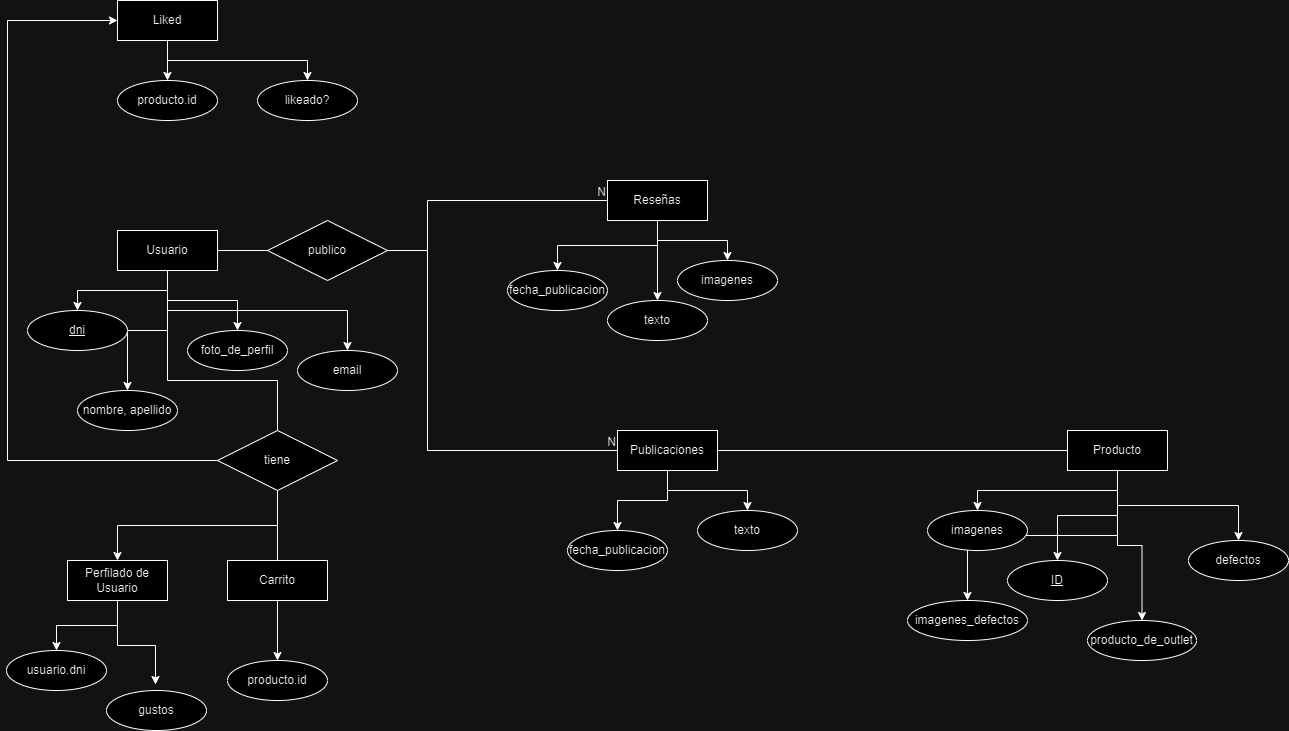
The draw.io diagram Documentacion BackEnd/DER.drawio.png in ATREUSR/Proyecto-2023, before a commit. Source tidied: cells renumbered, new cells last; positions are measured from the earlier drawing's top-left corner, leaving out a move shared by most shapes.
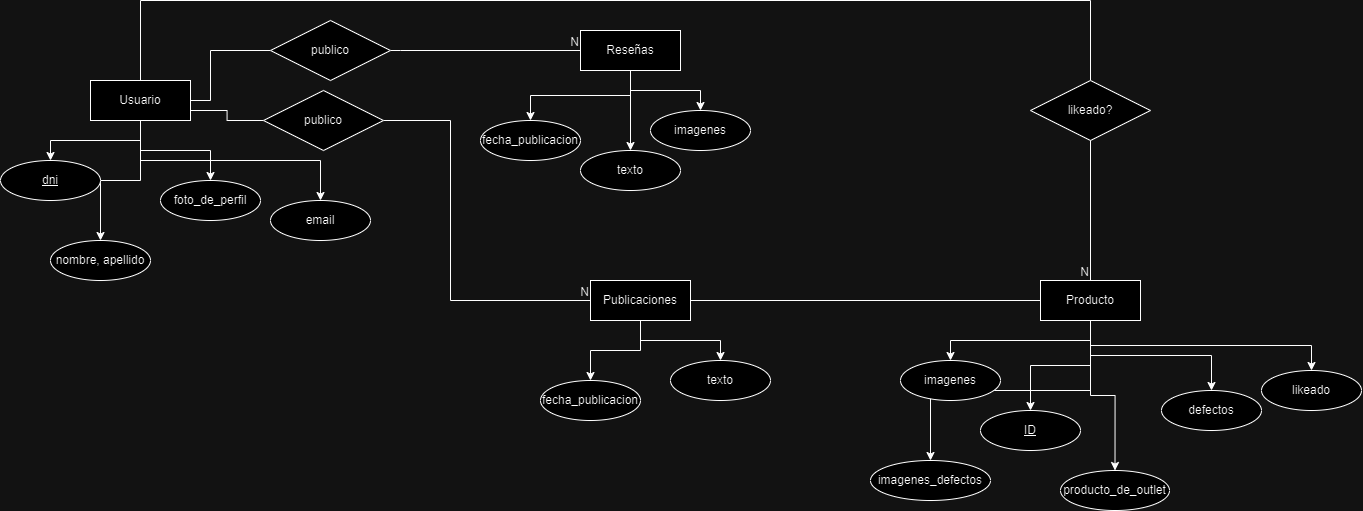
After the commit.

Change to the diagram source:
```diff
@@ -11,17 +11,20 @@
     <mxCell id="4" style="edgeStyle=orthogonalEdgeStyle;rounded=0;jettySize=auto;html=1;exitX=0.5;exitY=1;exitDx=0;exitDy=0;entryX=0.5;entryY=0;entryDx=0;entryDy=0;" parent="1" edge="1" source="7" target="10">
       <mxGeometry relative="1" as="geometry" />
     </mxCell>
-    <mxCell id="5" style="edgeStyle=orthogonalEdgeStyle;rounded=0;jettySize=auto;html=1;exitX=0.5;exitY=1;exitDx=0;exitDy=0;entryX=0.5;entryY=0;entryDx=0;entryDy=0;endArrow=none;endFill=0;" parent="1" edge="1" source="7" target="46">
-      <mxGeometry relative="1" as="geometry">
-        <Array as="points">
-          <mxPoint x="161" y="380" />
-          <mxPoint x="271" y="380" />
-        </Array>
-      </mxGeometry>
-    </mxCell>
     <mxCell id="6" style="edgeStyle=orthogonalEdgeStyle;rounded=0;jettySize=auto;html=1;exitX=0.5;exitY=1;exitDx=0;exitDy=0;entryX=0.5;entryY=0;entryDx=0;entryDy=0;" parent="1" edge="1" source="7" target="53">
       <mxGeometry relative="1" as="geometry" />
     </mxCell>
+    <mxCell id="59" style="edgeStyle=orthogonalEdgeStyle;rounded=0;jettySize=auto;html=1;exitX=1;exitY=0.75;exitDx=0;exitDy=0;entryX=0;entryY=0.5;entryDx=0;entryDy=0;endArrow=none;endFill=0;" parent="1" edge="1" source="7" target="64">
+      <mxGeometry relative="1" as="geometry" />
+    </mxCell>
+    <mxCell id="60" style="edgeStyle=orthogonalEdgeStyle;rounded=0;jettySize=auto;html=1;exitX=0.5;exitY=0;exitDx=0;exitDy=0;entryX=0.5;entryY=0;entryDx=0;entryDy=0;endArrow=none;endFill=0;" parent="1" edge="1" source="7" target="58">
+      <mxGeometry relative="1" as="geometry">
+        <Array as="points">
+          <mxPoint x="161" y="150" />
+          <mxPoint x="1111" y="150" />
+        </Array>
+      </mxGeometry>
+    </mxCell>
     <mxCell id="7" value="Usuario" style="whiteSpace=wrap;html=1;align=center;" parent="1" vertex="1">
       <mxGeometry x="111" y="230" width="100" height="40" as="geometry" />
     </mxCell>
@@ -34,22 +37,17 @@
     <mxCell id="10" value="foto_de_perfil" style="ellipse;whiteSpace=wrap;html=1;align=center;" parent="1" vertex="1">
       <mxGeometry x="181" y="330" width="100" height="40" as="geometry" />
     </mxCell>
-    <mxCell id="11" style="edgeStyle=orthogonalEdgeStyle;rounded=0;jettySize=auto;html=1;exitX=1;exitY=0.5;exitDx=0;exitDy=0;entryX=0;entryY=0.5;entryDx=0;entryDy=0;endArrow=none;endFill=0;" parent="1" edge="1" target="25">
-      <mxGeometry relative="1" as="geometry">
-        <mxPoint x="391" y="250" as="sourcePoint" />
-        <Array as="points">
-          <mxPoint x="421" y="250" />
-          <mxPoint x="421" y="450" />
-        </Array>
-      </mxGeometry>
-    </mxCell>
     <mxCell id="12" style="endArrow=none;html=1;rounded=0;exitX=1;exitY=0.5;exitDx=0;exitDy=0;entryX=0;entryY=0.5;entryDx=0;entryDy=0;" parent="1" edge="1" source="7" target="40">
-      <mxGeometry relative="1" as="geometry" />
+      <mxGeometry relative="1" as="geometry">
+        <Array as="points">
+          <mxPoint x="231" y="250" />
+          <mxPoint x="231" y="200" />
+        </Array>
+      </mxGeometry>
     </mxCell>
     <mxCell id="13" style="endArrow=none;html=1;rounded=0;exitX=1;exitY=0.5;exitDx=0;exitDy=0;entryX=0;entryY=0.5;entryDx=0;entryDy=0;" parent="1" edge="1" source="40" target="18">
       <mxGeometry relative="1" as="geometry">
         <Array as="points">
-          <mxPoint x="421" y="250" />
           <mxPoint x="421" y="200" />
         </Array>
       </mxGeometry>
@@ -111,6 +109,9 @@
     <mxCell id="32" style="edgeStyle=orthogonalEdgeStyle;rounded=0;jettySize=auto;html=1;exitX=0.5;exitY=1;exitDx=0;exitDy=0;entryX=0.5;entryY=0;entryDx=0;entryDy=0;" parent="1" edge="1" source="33" target="39">
       <mxGeometry relative="1" as="geometry" />
     </mxCell>
+    <mxCell id="61" style="edgeStyle=orthogonalEdgeStyle;rounded=0;jettySize=auto;html=1;exitX=0.5;exitY=1;exitDx=0;exitDy=0;entryX=0.5;entryY=0;entryDx=0;entryDy=0;" parent="1" edge="1" source="33" target="62">
+      <mxGeometry relative="1" as="geometry" />
+    </mxCell>
     <mxCell id="33" value="Producto" style="whiteSpace=wrap;html=1;align=center;" parent="1" vertex="1">
       <mxGeometry x="1061" y="430" width="100" height="40" as="geometry" />
     </mxCell>
@@ -130,69 +131,36 @@
       <mxGeometry x="1182" y="540" width="100" height="40" as="geometry" />
     </mxCell>
     <mxCell id="39" value="imagenes_defectos" style="ellipse;whiteSpace=wrap;html=1;align=center;" parent="1" vertex="1">
-      <mxGeometry x="901" y="600" width="120" height="40" as="geometry" />
+      <mxGeometry x="891" y="610" width="120" height="40" as="geometry" />
     </mxCell>
     <mxCell id="40" value="publico" style="shape=rhombus;perimeter=rhombusPerimeter;whiteSpace=wrap;html=1;align=center;" parent="1" vertex="1">
-      <mxGeometry x="261" y="220" width="120" height="60" as="geometry" />
+      <mxGeometry x="291" y="170" width="120" height="60" as="geometry" />
     </mxCell>
-    <mxCell id="41" style="edgeStyle=orthogonalEdgeStyle;rounded=0;jettySize=auto;html=1;exitX=0.5;exitY=1;exitDx=0;exitDy=0;entryX=0.5;entryY=0;entryDx=0;entryDy=0;" parent="1" edge="1" source="42" target="47">
-      <mxGeometry relative="1" as="geometry" />
-    </mxCell>
-    <mxCell id="42" value="Carrito" style="whiteSpace=wrap;html=1;align=center;" parent="1" vertex="1">
-      <mxGeometry x="221" y="560" width="100" height="40" as="geometry" />
-    </mxCell>
-    <mxCell id="43" style="edgeStyle=orthogonalEdgeStyle;rounded=0;jettySize=auto;html=1;exitX=0.5;exitY=1;exitDx=0;exitDy=0;entryX=0.5;entryY=0;entryDx=0;entryDy=0;endArrow=none;endFill=0;" parent="1" edge="1" source="46" target="42">
-      <mxGeometry relative="1" as="geometry" />
-    </mxCell>
-    <mxCell id="44" style="edgeStyle=orthogonalEdgeStyle;rounded=0;jettySize=auto;html=1;exitX=0.5;exitY=1;exitDx=0;exitDy=0;entryX=0.5;entryY=0;entryDx=0;entryDy=0;" parent="1" edge="1" source="46" target="50">
-      <mxGeometry relative="1" as="geometry" />
-    </mxCell>
-    <mxCell id="45" style="edgeStyle=orthogonalEdgeStyle;rounded=0;jettySize=auto;html=1;exitX=0;exitY=0.5;exitDx=0;exitDy=0;entryX=0;entryY=0.5;entryDx=0;entryDy=0;" parent="1" edge="1" source="46" target="56">
-      <mxGeometry relative="1" as="geometry">
-        <Array as="points">
-          <mxPoint x="1" y="460" />
-          <mxPoint x="1" y="20" />
-        </Array>
-      </mxGeometry>
-    </mxCell>
-    <mxCell id="46" value="tiene" style="shape=rhombus;perimeter=rhombusPerimeter;whiteSpace=wrap;html=1;align=center;" parent="1" vertex="1">
-      <mxGeometry x="211" y="430" width="120" height="60" as="geometry" />
-    </mxCell>
-    <mxCell id="47" value="producto.id" style="ellipse;whiteSpace=wrap;html=1;align=center;" parent="1" vertex="1">
-      <mxGeometry x="221" y="660" width="100" height="40" as="geometry" />
-    </mxCell>
-    <mxCell id="48" style="edgeStyle=orthogonalEdgeStyle;rounded=0;jettySize=auto;html=1;exitX=0.5;exitY=1;exitDx=0;exitDy=0;entryX=0.5;entryY=0;entryDx=0;entryDy=0;" parent="1" edge="1" source="50" target="51">
-      <mxGeometry relative="1" as="geometry" />
-    </mxCell>
-    <mxCell id="49" style="edgeStyle=orthogonalEdgeStyle;rounded=0;jettySize=auto;html=1;exitX=0.5;exitY=1;exitDx=0;exitDy=0;entryX=0.49;entryY=-0.15;entryDx=0;entryDy=0;entryPerimeter=0;" parent="1" edge="1" source="50" target="52">
-      <mxGeometry relative="1" as="geometry" />
-    </mxCell>
-    <mxCell id="50" value="Perfilado de Usuario" style="whiteSpace=wrap;html=1;align=center;" parent="1" vertex="1">
-      <mxGeometry x="61" y="560" width="100" height="40" as="geometry" />
-    </mxCell>
-    <mxCell id="51" value="usuario.dni" style="ellipse;whiteSpace=wrap;html=1;align=center;" parent="1" vertex="1">
-      <mxGeometry y="650" width="100" height="40" as="geometry" />
-    </mxCell>
-    <mxCell id="52" value="gustos" style="ellipse;whiteSpace=wrap;html=1;align=center;" parent="1" vertex="1">
-      <mxGeometry x="100" y="690" width="100" height="40" as="geometry" />
-    </mxCell>
     <mxCell id="53" value="email" style="ellipse;whiteSpace=wrap;html=1;align=center;" parent="1" vertex="1">
       <mxGeometry x="291" y="350" width="100" height="40" as="geometry" />
     </mxCell>
-    <mxCell id="54" style="edgeStyle=orthogonalEdgeStyle;rounded=0;jettySize=auto;html=1;exitX=0.5;exitY=1;exitDx=0;exitDy=0;entryX=0.5;entryY=0;entryDx=0;entryDy=0;" parent="1" edge="1" source="56" target="57">
-      <mxGeometry relative="1" as="geometry" />
-    </mxCell>
-    <mxCell id="55" style="edgeStyle=orthogonalEdgeStyle;rounded=0;jettySize=auto;html=1;exitX=0.5;exitY=1;exitDx=0;exitDy=0;entryX=0.5;entryY=0;entryDx=0;entryDy=0;" parent="1" edge="1" source="56" target="58">
-      <mxGeometry relative="1" as="geometry" />
-    </mxCell>
-    <mxCell id="56" value="Liked" style="whiteSpace=wrap;html=1;align=center;" parent="1" vertex="1">
-      <mxGeometry x="111" width="100" height="40" as="geometry" />
-    </mxCell>
-    <mxCell id="57" value="producto.id" style="ellipse;whiteSpace=wrap;html=1;align=center;" parent="1" vertex="1">
-      <mxGeometry x="111" y="80" width="100" height="40" as="geometry" />
-    </mxCell>
+    <mxCell id="62" value="likeado" style="ellipse;whiteSpace=wrap;html=1;align=center;" parent="1" vertex="1">
+      <mxGeometry x="1282" y="520" width="100" height="40" as="geometry" />
+    </mxCell>
+    <mxCell id="63" style="edgeStyle=orthogonalEdgeStyle;rounded=0;jettySize=auto;html=1;exitX=1;exitY=0.5;exitDx=0;exitDy=0;entryX=0;entryY=0.5;entryDx=0;entryDy=0;endArrow=none;endFill=0;" parent="1" edge="1" source="64" target="25">
+      <mxGeometry relative="1" as="geometry">
+        <Array as="points">
+          <mxPoint x="471" y="270" />
+          <mxPoint x="471" y="450" />
+        </Array>
+      </mxGeometry>
+    </mxCell>
+    <mxCell id="64" value="publico" style="shape=rhombus;perimeter=rhombusPerimeter;whiteSpace=wrap;html=1;align=center;" parent="1" vertex="1">
+      <mxGeometry x="284" y="240" width="120" height="60" as="geometry" />
+    </mxCell>
-    <mxCell id="58" value="likeado?" style="ellipse;whiteSpace=wrap;html=1;align=center;" parent="1" vertex="1">
-      <mxGeometry x="251" y="80" width="100" height="40" as="geometry" />
+    <mxCell id="58" value="likeado?" style="shape=rhombus;perimeter=rhombusPerimeter;whiteSpace=wrap;html=1;align=center;" parent="1" vertex="1">
+      <mxGeometry x="1051" y="230" width="120" height="60" as="geometry" />
     </mxCell>
+    <mxCell id="65" style="endArrow=none;html=1;rounded=0;exitX=0.5;exitY=1;exitDx=0;exitDy=0;entryX=0.5;entryY=0;entryDx=0;entryDy=0;" parent="1" edge="1" source="58" target="33">
+      <mxGeometry relative="1" as="geometry" />
+    </mxCell>
+    <mxCell id="66" value="N" style="html=1;whiteSpace=wrap;align=right;verticalAlign=bottom;" parent="65" vertex="1">
+      <mxGeometry x="1" relative="1" as="geometry" />
+    </mxCell>
   </root>
 </mxGraphModel>
```
